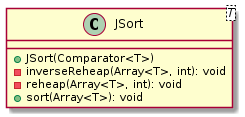
Earlier version of the PlantUML export malokhvii-eduard/malokhvii05/doc/plantuml/png/ua.khpi.oop.malokhvii05.common.algorithms.sort.JSort.png (P-Kalin/kit26a). Its diagram source:
```plantuml
@startuml

    class JSort<T> {
        +JSort(Comparator<T>)
        -inverseReheap(Array<T>, int): void
        -reheap(Array<T>, int): void
        +sort(Array<T>): void
    }

@enduml
```
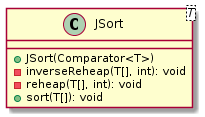
After the commit.

The edit, as a diff of the source:
```diff
@@ -2,9 +2,9 @@
 
     class JSort<T> {
         +JSort(Comparator<T>)
-        -inverseReheap(Array<T>, int): void
-        -reheap(Array<T>, int): void
-        +sort(Array<T>): void
+        -inverseReheap(T[], int): void
+        -reheap(T[], int): void
+        +sort(T[]): void
     }
 
 @enduml
```
